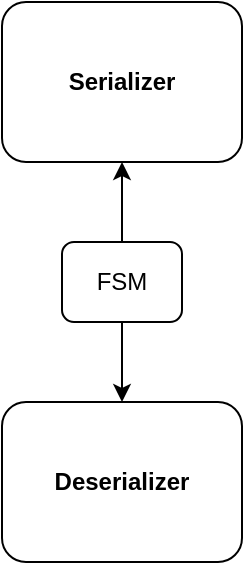
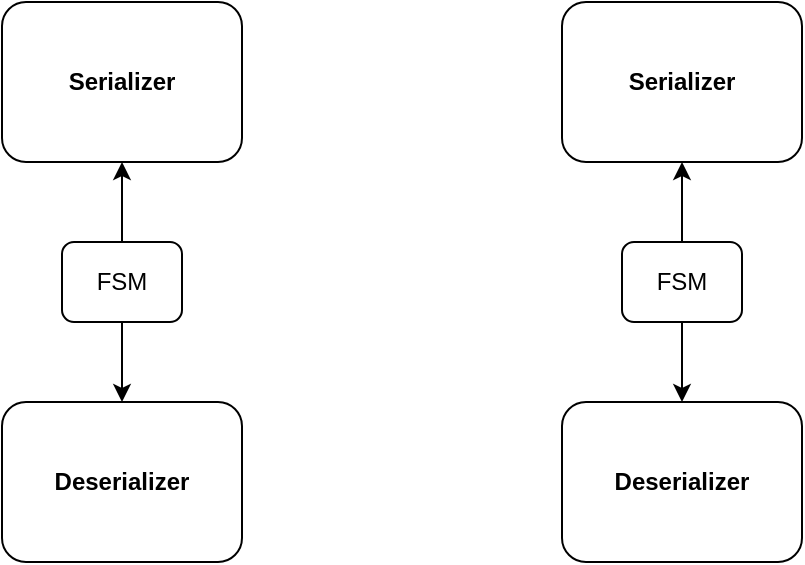
<mxfile host="app.diagrams.net">
  <diagram name="Page-1" id="W4ALeMc_fcv-iuW4_5jM">
    <mxGraphModel dx="437" dy="631" grid="1" gridSize="10" guides="1" tooltips="1" connect="1" arrows="1" fold="1" page="1" pageScale="1" pageWidth="850" pageHeight="1100" math="0" shadow="0">
      <root>
        <mxCell id="0" />
        <mxCell id="1" parent="0" />
        <mxCell id="D67Tu_U39foHL8RCta2M-1" parent="1" style="rounded=1;whiteSpace=wrap;html=1;fontStyle=1" value="Serializer" vertex="1">
          <mxGeometry height="80" width="120" x="200" y="200" as="geometry" />
        </mxCell>
        <mxCell id="D67Tu_U39foHL8RCta2M-2" parent="1" style="rounded=1;whiteSpace=wrap;html=1;fontStyle=1" value="Deserializer" vertex="1">
          <mxGeometry height="80" width="120" x="200" y="400" as="geometry" />
        </mxCell>
        <mxCell id="13rOEOkUA4Yrk083lLE4-2" edge="1" parent="1" source="13rOEOkUA4Yrk083lLE4-1" style="edgeStyle=orthogonalEdgeStyle;rounded=0;orthogonalLoop=1;jettySize=auto;html=1;entryX=0.5;entryY=1;entryDx=0;entryDy=0;" target="D67Tu_U39foHL8RCta2M-1">
          <mxGeometry relative="1" as="geometry" />
        </mxCell>
        <mxCell id="13rOEOkUA4Yrk083lLE4-3" edge="1" parent="1" source="13rOEOkUA4Yrk083lLE4-1" style="edgeStyle=orthogonalEdgeStyle;rounded=0;orthogonalLoop=1;jettySize=auto;html=1;entryX=0.5;entryY=0;entryDx=0;entryDy=0;" target="D67Tu_U39foHL8RCta2M-2">
          <mxGeometry relative="1" as="geometry" />
        </mxCell>
        <mxCell id="13rOEOkUA4Yrk083lLE4-1" parent="1" style="rounded=1;whiteSpace=wrap;html=1;" value="FSM" vertex="1">
          <mxGeometry height="40" width="60" x="230" y="320" as="geometry" />
        </mxCell>
+         <mxCell id="13rOEOkUA4Yrk083lLE4-4" parent="1" style="rounded=1;whiteSpace=wrap;html=1;fontStyle=1" value="Serializer" vertex="1">
+           <mxGeometry height="80" width="120" x="480" y="200" as="geometry" />
+         </mxCell>
+         <mxCell id="13rOEOkUA4Yrk083lLE4-5" parent="1" style="rounded=1;whiteSpace=wrap;html=1;fontStyle=1" value="Deserializer" vertex="1">
+           <mxGeometry height="80" width="120" x="480" y="400" as="geometry" />
+         </mxCell>
+         <mxCell id="13rOEOkUA4Yrk083lLE4-6" edge="1" parent="1" source="13rOEOkUA4Yrk083lLE4-8" style="edgeStyle=orthogonalEdgeStyle;rounded=0;orthogonalLoop=1;jettySize=auto;html=1;entryX=0.5;entryY=1;entryDx=0;entryDy=0;" target="13rOEOkUA4Yrk083lLE4-4">
+           <mxGeometry relative="1" as="geometry" />
+         </mxCell>
+         <mxCell id="13rOEOkUA4Yrk083lLE4-7" edge="1" parent="1" source="13rOEOkUA4Yrk083lLE4-8" style="edgeStyle=orthogonalEdgeStyle;rounded=0;orthogonalLoop=1;jettySize=auto;html=1;entryX=0.5;entryY=0;entryDx=0;entryDy=0;" target="13rOEOkUA4Yrk083lLE4-5">
+           <mxGeometry relative="1" as="geometry" />
+         </mxCell>
+         <mxCell id="13rOEOkUA4Yrk083lLE4-8" parent="1" style="rounded=1;whiteSpace=wrap;html=1;" value="FSM" vertex="1">
+           <mxGeometry height="40" width="60" x="510" y="320" as="geometry" />
+         </mxCell>
      </root>
    </mxGraphModel>
  </diagram>
</mxfile>
